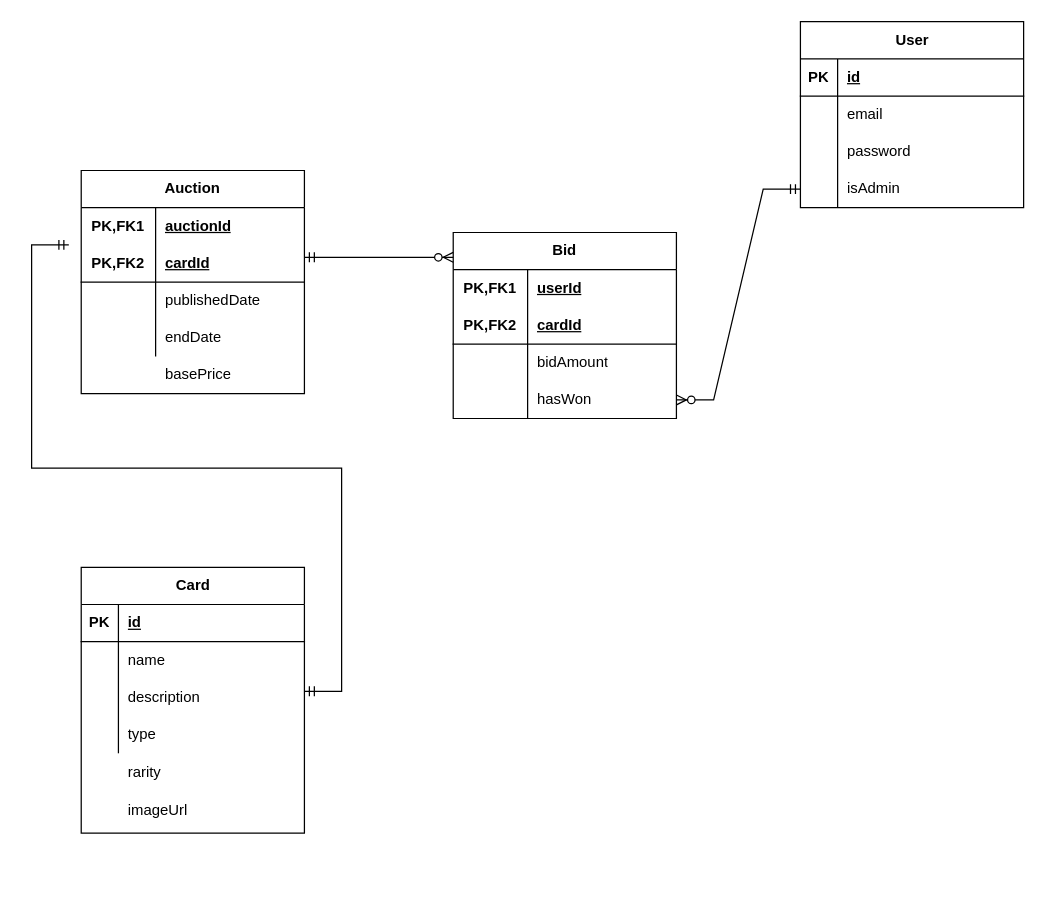
Above: documentation/cardsAuctionWebsite.drawio in weirdwir3d/cardsAuction (draw.io), before the change. Source tidied: cells renumbered, new cells numbered last; positions are measured from the earlier drawing's top-left corner, leaving out a move shared by most shapes. Both pictures are drawn from the tidied source at 124%, with x=0, y=0 at pixel (68, 21).
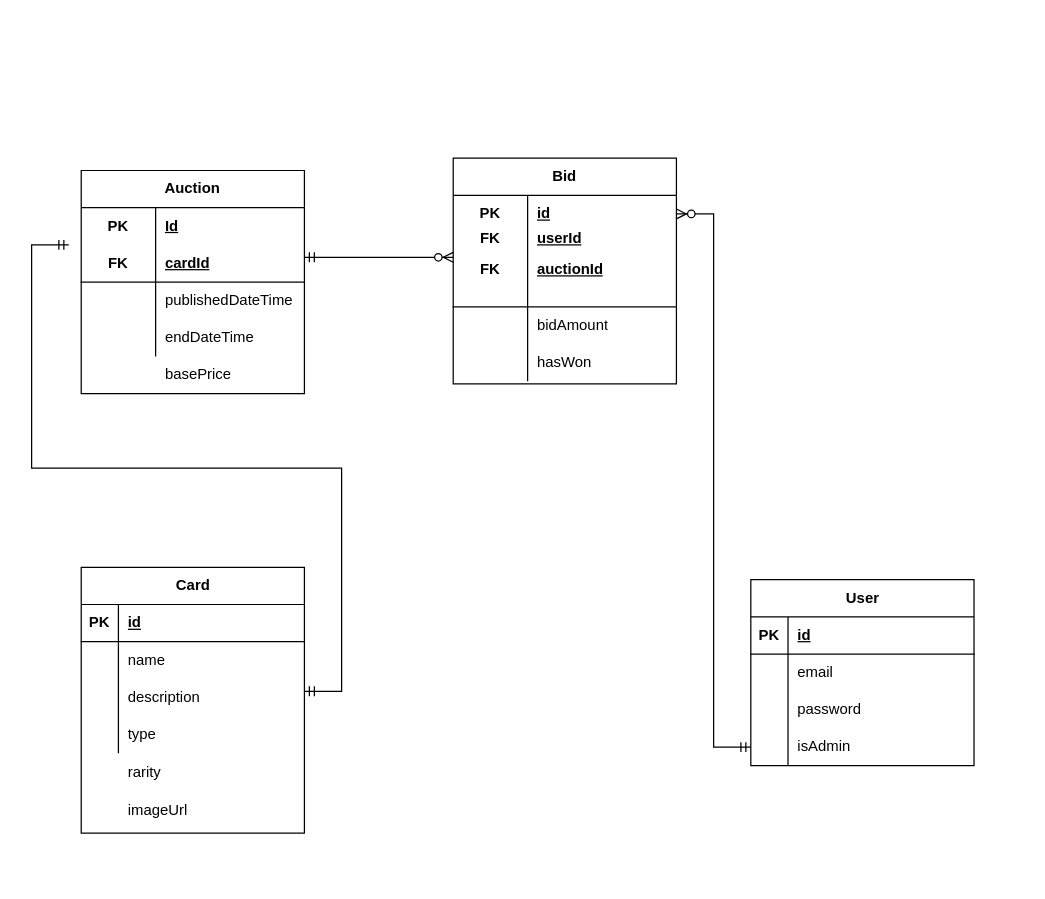
The same diagram, later.

The change refers to these unchanged cells:
```xml
<mxCell id="12" style="shape=tableRow;horizontal=0;startSize=0;swimlaneHead=0;swimlaneBody=0;fillColor=none;points=[[0,0.5],[1,0.5]];portConstraint=eastwest;top=0;left=0;right=0;bottom=0;" parent="2" vertex="1">
  <mxGeometry y="120" width="180" height="30" as="geometry" />
</mxCell>
<mxCell id="30" style="shape=tableRow;horizontal=0;startSize=0;swimlaneHead=0;swimlaneBody=0;fillColor=none;top=0;left=0;right=0;bottom=0;html=1;" parent="29" vertex="1">
  <mxGeometry y="30" width="180" height="30" as="geometry" />
</mxCell>
<mxCell id="33" style="shape=tableRow;horizontal=0;startSize=0;swimlaneHead=0;swimlaneBody=0;fillColor=none;top=0;left=0;right=0;bottom=1;html=1;" parent="29" vertex="1">
  <mxGeometry y="60" width="180" height="30" as="geometry" />
</mxCell>
<mxCell id="36" style="shape=tableRow;horizontal=0;startSize=0;swimlaneHead=0;swimlaneBody=0;fillColor=none;top=0;left=0;right=0;bottom=0;html=1;" parent="29" vertex="1">
  <mxGeometry y="90" width="180" height="30" as="geometry" />
</mxCell>
<mxCell id="39" style="shape=tableRow;horizontal=0;startSize=0;swimlaneHead=0;swimlaneBody=0;fillColor=none;top=0;left=0;right=0;bottom=0;html=1;" parent="29" vertex="1">
  <mxGeometry y="120" width="180" height="30" as="geometry" />
</mxCell>
```

Diff of the diagram source:
```diff
@@
     <mxCell id="2" value="User" style="shape=table;startSize=30;childLayout=tableLayout;rowLines=0;fontStyle=1;align=center;html=1;" parent="1" vertex="1">
-      <mxGeometry x="590" width="180" height="150" as="geometry" />
+      <mxGeometry x="550" y="450" width="180" height="150" as="geometry" />
     </mxCell>
@@
-    <mxCell id="15" value="Bid" style="shape=table;startSize=30;childLayout=tableLayout;rowLines=0;fontStyle=1;align=center;html=1;whiteSpace=wrap;" parent="1" vertex="1">
-      <mxGeometry x="310" y="170" width="180" height="150" as="geometry" />
-    </mxCell>
-    <mxCell id="16" style="shape=tableRow;horizontal=0;startSize=0;swimlaneHead=0;swimlaneBody=0;fillColor=none;points=[[0,0.5],[1,0.5]];portConstraint=eastwest;top=0;left=0;right=0;bottom=0;html=1;" parent="15" vertex="1">
-      <mxGeometry y="30" width="180" height="30" as="geometry" />
-    </mxCell>
-    <mxCell id="17" value="PK,FK1" style="shape=partialRectangle;fillColor=none;top=0;left=0;bottom=0;right=0;fontStyle=1;overflow=hidden;html=1;whiteSpace=wrap;" parent="16" vertex="1">
-      <mxGeometry width="60" height="30" as="geometry" />
-    </mxCell>
-    <mxCell id="18" value="userId" style="shape=partialRectangle;fillColor=none;top=0;left=0;bottom=0;right=0;align=left;spacingLeft=6;fontStyle=5;overflow=hidden;html=1;whiteSpace=wrap;" parent="16" vertex="1">
-      <mxGeometry x="60" width="120" height="30" as="geometry" />
-    </mxCell>
-    <mxCell id="19" style="shape=tableRow;horizontal=0;startSize=0;swimlaneHead=0;swimlaneBody=0;fillColor=none;top=0;left=0;right=0;bottom=1;html=1;" parent="15" vertex="1">
-      <mxGeometry y="60" width="180" height="30" as="geometry" />
-    </mxCell>
-    <mxCell id="20" value="PK,FK2" style="shape=partialRectangle;fillColor=none;top=0;left=0;bottom=0;right=0;fontStyle=1;overflow=hidden;html=1;whiteSpace=wrap;" parent="19" vertex="1">
-      <mxGeometry width="60" height="30" as="geometry" />
-    </mxCell>
-    <mxCell id="21" value="cardId" style="shape=partialRectangle;fillColor=none;top=0;left=0;bottom=0;right=0;align=left;spacingLeft=6;fontStyle=5;overflow=hidden;html=1;whiteSpace=wrap;" parent="19" vertex="1">
-      <mxGeometry x="60" width="120" height="30" as="geometry" />
-    </mxCell>
-    <mxCell id="22" style="shape=tableRow;horizontal=0;startSize=0;swimlaneHead=0;swimlaneBody=0;fillColor=none;top=0;left=0;right=0;bottom=0;html=1;" parent="15" vertex="1">
-      <mxGeometry y="90" width="180" height="30" as="geometry" />
-    </mxCell>
-    <mxCell id="23" style="shape=partialRectangle;fillColor=none;top=0;left=0;bottom=0;right=0;overflow=hidden;html=1;whiteSpace=wrap;" parent="22" vertex="1">
-      <mxGeometry width="60" height="30" as="geometry" />
-    </mxCell>
-    <mxCell id="24" value="bidAmount" style="shape=partialRectangle;fillColor=none;top=0;left=0;bottom=0;right=0;align=left;spacingLeft=6;overflow=hidden;html=1;whiteSpace=wrap;" parent="22" vertex="1">
-      <mxGeometry x="60" width="120" height="30" as="geometry" />
-    </mxCell>
-    <mxCell id="25" style="shape=tableRow;horizontal=0;startSize=0;swimlaneHead=0;swimlaneBody=0;fillColor=none;points=[[0,0.5],[1,0.5]];portConstraint=eastwest;top=0;left=0;right=0;bottom=0;html=1;" parent="15" vertex="1">
-      <mxGeometry y="120" width="180" height="30" as="geometry" />
-    </mxCell>
-    <mxCell id="26" style="shape=partialRectangle;fillColor=none;top=0;left=0;bottom=0;right=0;overflow=hidden;html=1;whiteSpace=wrap;" parent="25" vertex="1">
-      <mxGeometry width="60" height="30" as="geometry" />
-    </mxCell>
-    <mxCell id="27" value="hasWon" style="shape=partialRectangle;fillColor=none;top=0;left=0;bottom=0;right=0;align=left;spacingLeft=6;overflow=hidden;html=1;whiteSpace=wrap;" parent="25" vertex="1">
-      <mxGeometry x="60" width="120" height="30" as="geometry" />
-    </mxCell>
@@
-    <mxCell id="31" value="PK,FK1" style="shape=partialRectangle;fillColor=none;top=0;left=0;bottom=0;right=0;fontStyle=1;overflow=hidden;html=1;whiteSpace=wrap;" parent="30" vertex="1">
+    <mxCell id="31" value="PK" style="shape=partialRectangle;fillColor=none;top=0;left=0;bottom=0;right=0;fontStyle=1;overflow=hidden;html=1;whiteSpace=wrap;" parent="30" vertex="1">
       <mxGeometry width="60" height="30" as="geometry" />
     </mxCell>
-    <mxCell id="32" value="auctionId" style="shape=partialRectangle;fillColor=none;top=0;left=0;bottom=0;right=0;align=left;spacingLeft=6;fontStyle=5;overflow=hidden;html=1;whiteSpace=wrap;" parent="30" vertex="1">
+    <mxCell id="32" value="Id" style="shape=partialRectangle;fillColor=none;top=0;left=0;bottom=0;right=0;align=left;spacingLeft=6;fontStyle=5;overflow=hidden;html=1;whiteSpace=wrap;" parent="30" vertex="1">
       <mxGeometry x="60" width="120" height="30" as="geometry" />
     </mxCell>
@@
-    <mxCell id="34" value="PK,FK2" style="shape=partialRectangle;fillColor=none;top=0;left=0;bottom=0;right=0;fontStyle=1;overflow=hidden;html=1;whiteSpace=wrap;" parent="33" vertex="1">
+    <mxCell id="34" value="FK" style="shape=partialRectangle;fillColor=none;top=0;left=0;bottom=0;right=0;fontStyle=1;overflow=hidden;html=1;whiteSpace=wrap;" parent="33" vertex="1">
       <mxGeometry width="60" height="30" as="geometry" />
     </mxCell>
@@
-    <mxCell id="38" value="publishedDate" style="shape=partialRectangle;fillColor=none;top=0;left=0;bottom=0;right=0;align=left;spacingLeft=6;overflow=hidden;html=1;whiteSpace=wrap;" parent="36" vertex="1">
+    <mxCell id="38" value="publishedDateTime" style="shape=partialRectangle;fillColor=none;top=0;left=0;bottom=0;right=0;align=left;spacingLeft=6;overflow=hidden;html=1;whiteSpace=wrap;" parent="36" vertex="1">
       <mxGeometry x="60" width="120" height="30" as="geometry" />
     </mxCell>
@@
-    <mxCell id="41" value="endDate" style="shape=partialRectangle;fillColor=none;top=0;left=0;bottom=0;right=0;align=left;spacingLeft=6;overflow=hidden;html=1;whiteSpace=wrap;" parent="39" vertex="1">
+    <mxCell id="41" value="endDateTime" style="shape=partialRectangle;fillColor=none;top=0;left=0;bottom=0;right=0;align=left;spacingLeft=6;overflow=hidden;html=1;whiteSpace=wrap;" parent="39" vertex="1">
       <mxGeometry x="60" width="120" height="30" as="geometry" />
     </mxCell>
@@
-    <mxCell id="43" style="edgeStyle=entityRelationEdgeStyle;fontSize=12;html=1;endArrow=ERzeroToMany;startArrow=ERmandOne;rounded=0;entryX=1;entryY=0.5;entryDx=0;entryDy=0;exitX=0;exitY=0.5;exitDx=0;exitDy=0;" parent="1" edge="1" source="12" target="25">
+    <mxCell id="43" style="edgeStyle=entityRelationEdgeStyle;fontSize=12;html=1;endArrow=ERzeroToMany;startArrow=ERmandOne;rounded=0;exitX=0;exitY=0.5;exitDx=0;exitDy=0;" parent="1" edge="1" source="12" target="16">
       <mxGeometry relative="1" as="geometry" />
     </mxCell>
@@
+    <mxCell id="61" style="group;" parent="1" vertex="1">
+      <mxGeometry x="310" y="110" width="180" height="182" as="geometry" />
+    </mxCell>
+    <mxCell id="15" value="Bid" style="shape=table;startSize=30;childLayout=tableLayout;rowLines=0;fontStyle=1;align=center;html=1;whiteSpace=wrap;" parent="61" vertex="1">
+      <mxGeometry width="180" height="182" as="geometry" />
+    </mxCell>
+    <mxCell id="16" style="shape=tableRow;horizontal=0;startSize=0;swimlaneHead=0;swimlaneBody=0;fillColor=none;points=[[0,0.5],[1,0.5]];portConstraint=eastwest;top=0;left=0;right=0;bottom=0;html=1;" parent="15" vertex="1">
+      <mxGeometry y="30" width="180" height="30" as="geometry" />
+    </mxCell>
+    <mxCell id="62" value="PK" style="shape=partialRectangle;fillColor=none;top=0;left=0;bottom=0;right=0;fontStyle=1;overflow=hidden;html=1;whiteSpace=wrap;" parent="16" vertex="1">
+      <mxGeometry width="60" height="30" as="geometry" />
+    </mxCell>
+    <mxCell id="63" value="id" style="shape=partialRectangle;fillColor=none;top=0;left=0;bottom=0;right=0;align=left;spacingLeft=6;fontStyle=5;overflow=hidden;html=1;whiteSpace=wrap;" parent="16" vertex="1">
+      <mxGeometry x="60" width="120" height="30" as="geometry" />
+    </mxCell>
+    <mxCell id="64" style="shape=tableRow;horizontal=0;startSize=0;swimlaneHead=0;swimlaneBody=0;fillColor=none;top=0;left=0;right=0;bottom=1;html=1;" parent="15" vertex="1">
+      <mxGeometry y="60" width="180" height="60" as="geometry" />
+    </mxCell>
+    <mxCell id="65" value="FK" style="shape=partialRectangle;fillColor=none;top=0;left=0;bottom=0;right=0;fontStyle=1;overflow=hidden;html=1;whiteSpace=wrap;" parent="64" vertex="1">
+      <mxGeometry width="60" height="60" as="geometry" />
+    </mxCell>
+    <mxCell id="66" value="auctionId" style="shape=partialRectangle;fillColor=none;top=0;left=0;bottom=0;right=0;align=left;spacingLeft=6;fontStyle=5;overflow=hidden;html=1;whiteSpace=wrap;" parent="64" vertex="1">
+      <mxGeometry x="60" width="120" height="60" as="geometry" />
+    </mxCell>
+    <mxCell id="25" style="shape=tableRow;horizontal=0;startSize=0;swimlaneHead=0;swimlaneBody=0;fillColor=none;points=[[0,0.5],[1,0.5]];portConstraint=eastwest;top=0;left=0;right=0;bottom=0;html=1;" parent="15" vertex="1">
+      <mxGeometry y="120" width="180" height="30" as="geometry" />
+    </mxCell>
+    <mxCell id="67" style="shape=partialRectangle;fillColor=none;top=0;left=0;bottom=0;right=0;overflow=hidden;html=1;whiteSpace=wrap;" parent="25" vertex="1">
+      <mxGeometry width="60" height="30" as="geometry" />
+    </mxCell>
+    <mxCell id="24" value="bidAmount" style="shape=partialRectangle;fillColor=none;top=0;left=0;bottom=0;right=0;align=left;spacingLeft=6;overflow=hidden;html=1;whiteSpace=wrap;" parent="25" vertex="1">
+      <mxGeometry x="60" width="120" height="30" as="geometry" />
+    </mxCell>
+    <mxCell id="68" style="shape=tableRow;horizontal=0;startSize=0;swimlaneHead=0;swimlaneBody=0;fillColor=none;top=0;left=0;right=0;bottom=0;html=1;" parent="15" vertex="1">
+      <mxGeometry y="150" width="180" height="30" as="geometry" />
+    </mxCell>
+    <mxCell id="69" style="shape=partialRectangle;fillColor=none;top=0;left=0;bottom=0;right=0;overflow=hidden;html=1;whiteSpace=wrap;" parent="68" vertex="1">
+      <mxGeometry width="60" height="30" as="geometry" />
+    </mxCell>
+    <mxCell id="27" value="hasWon" style="shape=partialRectangle;fillColor=none;top=0;left=0;bottom=0;right=0;align=left;spacingLeft=6;overflow=hidden;html=1;whiteSpace=wrap;" parent="68" vertex="1">
+      <mxGeometry x="60" width="120" height="30" as="geometry" />
+    </mxCell>
+    <mxCell id="18" value="userId" style="shape=partialRectangle;fillColor=none;top=0;left=0;bottom=0;right=0;align=left;spacingLeft=6;fontStyle=5;overflow=hidden;html=1;whiteSpace=wrap;" parent="61" vertex="1">
+      <mxGeometry x="60" y="50" width="120" height="30" as="geometry" />
+    </mxCell>
+    <mxCell id="70" value="FK" style="shape=partialRectangle;fillColor=none;top=0;left=0;bottom=0;right=0;fontStyle=1;overflow=hidden;html=1;whiteSpace=wrap;" parent="61" vertex="1">
+      <mxGeometry y="50" width="60" height="30" as="geometry" />
+    </mxCell>
```
